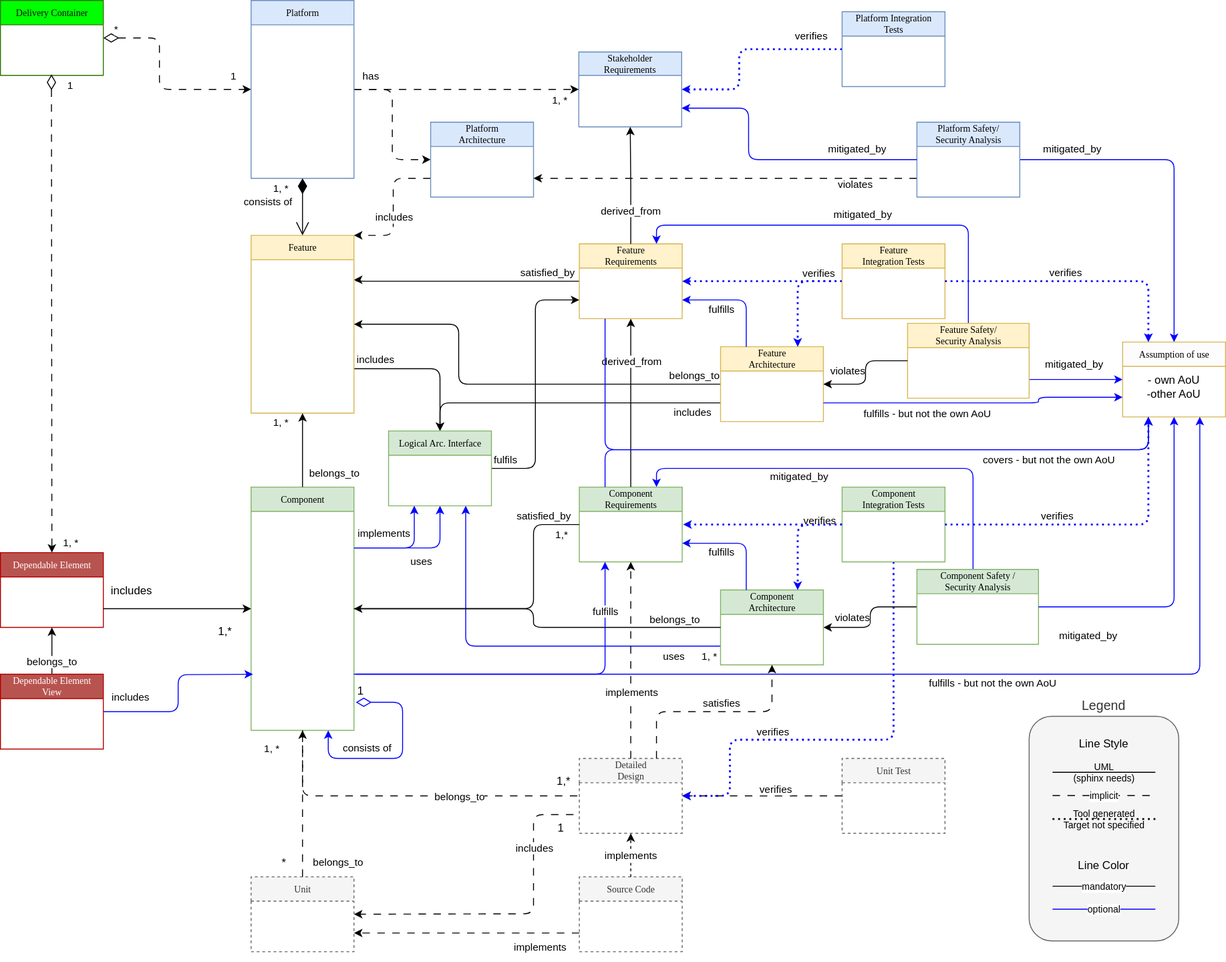
Earlier version of the draw.io export main/_images/score_building_blocks_meta_model.drawio.svg (eclipse-score/process_description). Source tidied: cells renumbered, new cells last; positions are measured from the earlier drawing's top-left corner, leaving out a move shared by most shapes.
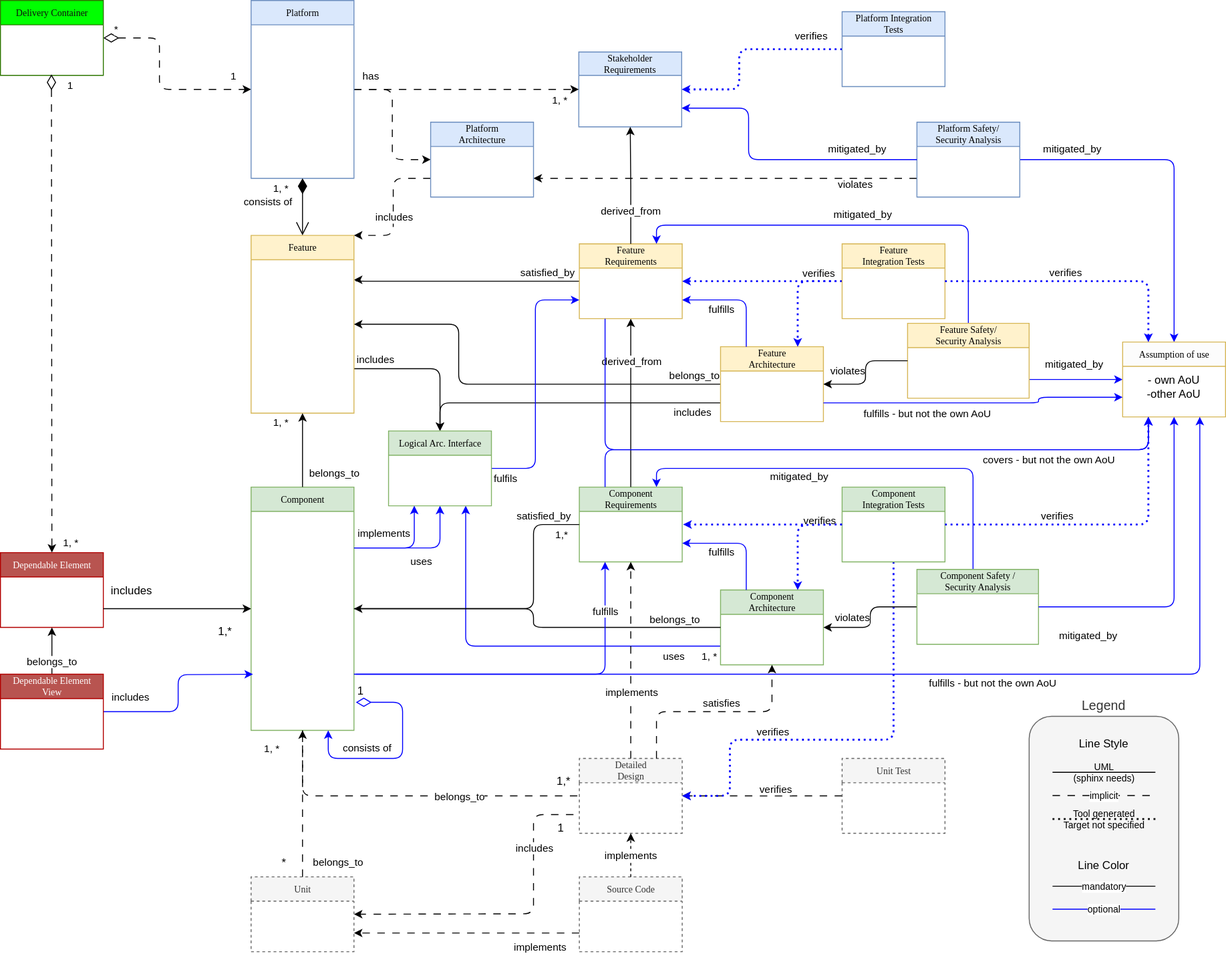
The same file after the commit.

Change to the diagram source:
```diff
@@ -447,7 +447,7 @@
         <mxPoint x="-37" y="-244" as="offset" />
       </mxGeometry>
     </mxCell>
-    <mxCell id="98" value="fulfils" style="edgeStyle=orthogonalEdgeStyle;html=1;entryX=0;entryY=0.75;entryDx=0;entryDy=0;exitX=1;exitY=0.5;exitDx=0;exitDy=0;strokeColor=#000000;verticalAlign=bottom;" parent="1" edge="1" source="99" target="11">
+    <mxCell id="98" value="fulfils" style="edgeStyle=orthogonalEdgeStyle;html=1;entryX=0;entryY=0.75;entryDx=0;entryDy=0;exitX=1;exitY=0.5;exitDx=0;exitDy=0;strokeColor=#0000FF;verticalAlign=top;rounded=1;align=center;spacing=0;fontFamily=Helvetica;fontSize=11;fontColor=default;labelBackgroundColor=default;endArrow=classic;" parent="1" edge="1" source="99" target="11">
       <mxGeometry x="-0.89" relative="1" as="geometry" />
     </mxCell>
     <mxCell id="99" value="Logical Arc. Interface" style="swimlane;html=1;fontStyle=0;horizontal=1;startSize=26;fillColor=#d5e8d4;swimlaneFillColor=#ffffff;rounded=0;shadow=0;comic=0;labelBackgroundColor=none;strokeWidth=1;fontFamily=Verdana;fontSize=10;align=center;strokeColor=#82b366;" parent="1" vertex="1">
```
